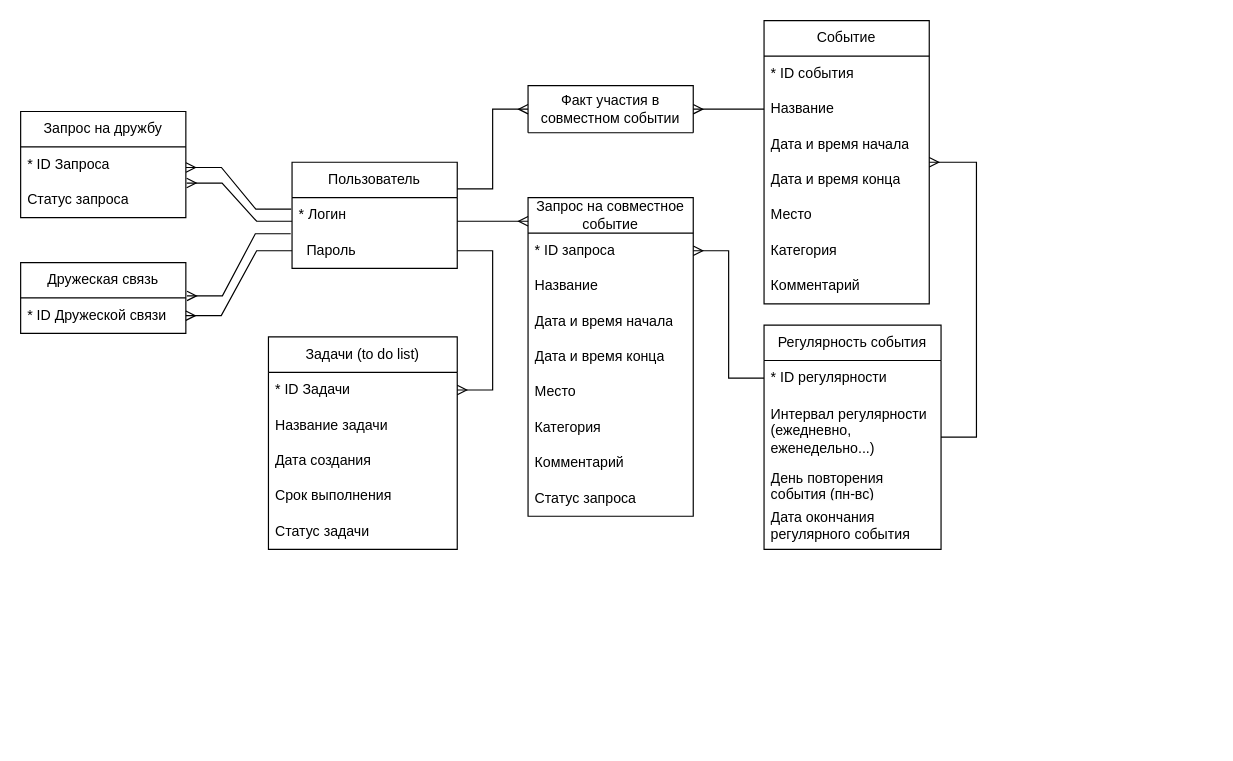
This is doc/erd.drawio from MariaChernokoz/timetable-course-project, a draw.io file, before an edit. Source tidied: cells renumbered, new cells numbered last; positions are measured from the earlier drawing's top-left corner, leaving out a move shared by most shapes. Both pictures are drawn from the tidied source at 118%, with x=0, y=0 at pixel (20, 20).
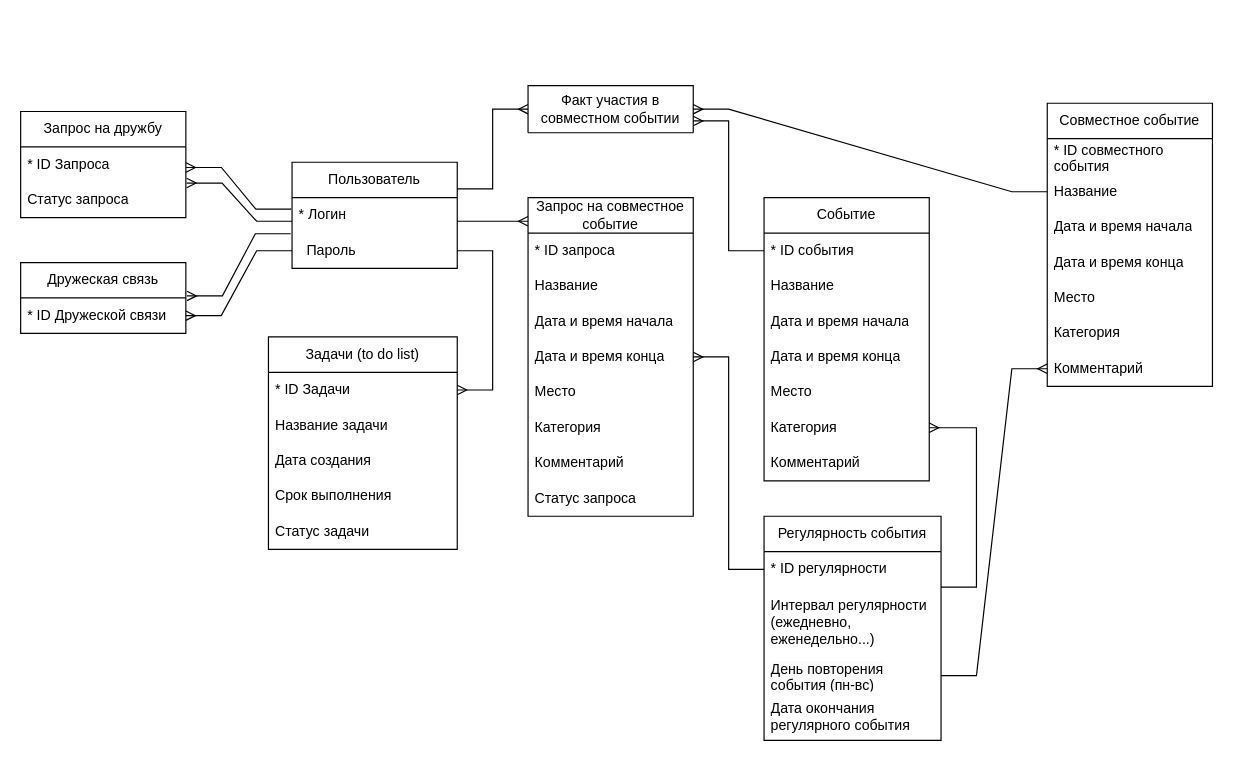
Above is the later version.

The change refers to these unchanged cells:
```xml
<mxCell id="14" value="Комментарий" style="text;strokeColor=none;fillColor=none;align=left;verticalAlign=middle;spacingLeft=4;spacingRight=4;overflow=hidden;points=[[0,0.5],[1,0.5]];portConstraint=eastwest;whiteSpace=wrap;html=1;" parent="7" vertex="1">
  <mxGeometry y="210" width="140" height="30" as="geometry" />
</mxCell>
<mxCell id="19" value="* ID запроса" style="text;strokeColor=none;fillColor=none;align=left;verticalAlign=middle;spacingLeft=4;spacingRight=4;overflow=hidden;points=[[0,0.5],[1,0.5]];portConstraint=eastwest;whiteSpace=wrap;html=1;" parent="18" vertex="1">
  <mxGeometry y="30" width="140" height="30" as="geometry" />
</mxCell>
<mxCell id="22" value="Дата и время конца" style="text;strokeColor=none;fillColor=none;align=left;verticalAlign=middle;spacingLeft=4;spacingRight=4;overflow=hidden;points=[[0,0.5],[1,0.5]];portConstraint=eastwest;whiteSpace=wrap;html=1;" parent="18" vertex="1">
  <mxGeometry y="120" width="140" height="30" as="geometry" />
</mxCell>
<mxCell id="28" value="* ID регулярности" style="text;strokeColor=none;fillColor=none;align=left;verticalAlign=middle;spacingLeft=4;spacingRight=4;overflow=hidden;points=[[0,0.5],[1,0.5]];portConstraint=eastwest;whiteSpace=wrap;html=1;" parent="27" vertex="1">
  <mxGeometry y="30" width="150" height="30" as="geometry" />
</mxCell>
<mxCell id="30" value="&lt;span style=&quot;color: rgb(0, 0, 0); font-family: Helvetica; font-size: 12px; font-style: normal; font-variant-ligatures: normal; font-variant-caps: normal; font-weight: 400; letter-spacing: normal; orphans: 2; text-align: center; text-indent: 0px; text-transform: none; widows: 2; word-spacing: 0px; -webkit-text-stroke-width: 0px; white-space: normal; background-color: rgb(251, 251, 251); text-decoration-thickness: initial; text-decoration-style: initial; text-decoration-color: initial; display: inline !important; float: none;&quot;&gt;День повторения события (пн-вс)&lt;/span&gt;" style="text;strokeColor=none;fillColor=none;align=left;verticalAlign=middle;spacingLeft=4;spacingRight=4;overflow=hidden;points=[[0,0.5],[1,0.5]];portConstraint=eastwest;whiteSpace=wrap;html=1;" parent="27" vertex="1">
  <mxGeometry y="120" width="150" height="30" as="geometry" />
</mxCell>
<mxCell id="42" value="Факт участия в совместном событии" style="swimlane;fontStyle=0;horizontal=1;startSize=40;whiteSpace=wrap;html=1;" parent="1" vertex="1">
  <mxGeometry x="430" y="55" width="140" height="40" as="geometry" />
</mxCell>
```

Change to the diagram source:
```diff
@@
-    <mxCell id="7" value="Событие" style="swimlane;fontStyle=0;horizontal=1;startSize=30;whiteSpace=wrap;html=1;" parent="1" vertex="1">
-      <mxGeometry x="630" width="140" height="240" as="geometry" />
+    <mxCell id="7" value="Совместное событие" style="swimlane;fontStyle=0;horizontal=1;startSize=30;whiteSpace=wrap;html=1;" parent="1" vertex="1">
+      <mxGeometry x="870" y="70" width="140" height="240" as="geometry" />
     </mxCell>
-    <mxCell id="8" value="* ID события" style="text;strokeColor=none;fillColor=none;align=left;verticalAlign=middle;spacingLeft=4;spacingRight=4;overflow=hidden;whiteSpace=wrap;html=1;" parent="7" vertex="1">
+    <mxCell id="8" value="* ID совместного события" style="text;strokeColor=none;fillColor=none;align=left;verticalAlign=middle;spacingLeft=4;spacingRight=4;overflow=hidden;whiteSpace=wrap;html=1;" parent="7" vertex="1">
       <mxGeometry y="30" width="140" height="30" as="geometry" />
     </mxCell>
@@
     <mxCell id="27" value="Регулярность события" style="swimlane;fontStyle=0;horizontal=1;startSize=30;whiteSpace=wrap;html=1;" parent="1" vertex="1">
-      <mxGeometry x="630" y="258" width="150" height="190" as="geometry" />
+      <mxGeometry x="630" y="420" width="150" height="190" as="geometry" />
     </mxCell>
@@
+    <mxCell id="49" style="edgeStyle=entityRelationEdgeStyle;fontSize=12;html=1;endArrow=ERmany;rounded=0;exitX=1;exitY=0.5;exitDx=0;exitDy=0;entryX=1;entryY=0.5;entryDx=0;entryDy=0;" parent="27" edge="1" target="56">
+      <mxGeometry relative="1" as="geometry">
+        <mxPoint x="150" y="60" as="sourcePoint" />
+        <Array as="points">
+          <mxPoint x="170" y="95" />
+          <mxPoint x="260" y="6.1" />
+          <mxPoint x="160" y="35" />
+          <mxPoint x="160" y="-70" />
+        </Array>
+      </mxGeometry>
+    </mxCell>
@@
-    <mxCell id="33" style="edgeStyle=entityRelationEdgeStyle;fontSize=12;html=1;endArrow=ERmany;rounded=0;" parent="1" edge="1" source="27" target="7">
-      <mxGeometry relative="1" as="geometry" />
+    <mxCell id="33" style="edgeStyle=entityRelationEdgeStyle;fontSize=12;html=1;endArrow=ERmany;rounded=0;entryX=0;entryY=0.5;entryDx=0;entryDy=0;exitX=1;exitY=0.5;exitDx=0;exitDy=0;" parent="1" edge="1" source="30" target="14">
+      <mxGeometry relative="1" as="geometry">
+        <Array as="points">
+          <mxPoint x="800" y="560" />
+          <mxPoint x="840" y="410" />
+          <mxPoint x="870" y="520" />
+        </Array>
+      </mxGeometry>
     </mxCell>
-    <mxCell id="34" style="edgeStyle=entityRelationEdgeStyle;fontSize=12;html=1;endArrow=ERmany;rounded=0;entryX=1;entryY=0.5;entryDx=0;entryDy=0;exitX=0;exitY=0.5;exitDx=0;exitDy=0;" parent="1" edge="1" source="28" target="19">
+    <mxCell id="34" style="edgeStyle=entityRelationEdgeStyle;fontSize=12;html=1;endArrow=ERmany;rounded=0;entryX=1;entryY=0.5;entryDx=0;entryDy=0;exitX=0;exitY=0.5;exitDx=0;exitDy=0;" parent="1" edge="1" source="28" target="22">
       <mxGeometry relative="1" as="geometry">
         <Array as="points">
           <mxPoint x="400" y="430" />
           <mxPoint x="390" y="420" />
           <mxPoint x="400" y="425" />
           <mxPoint x="390" y="440" />
           <mxPoint x="460" y="230" />
           <mxPoint x="460" y="230" />
         </Array>
       </mxGeometry>
     </mxCell>
@@
+    <mxCell id="50" value="Событие" style="swimlane;fontStyle=0;horizontal=1;startSize=30;whiteSpace=wrap;html=1;" parent="1" vertex="1">
+      <mxGeometry x="630" y="150" width="140" height="240" as="geometry" />
+    </mxCell>
+    <mxCell id="51" value="* ID события" style="text;strokeColor=none;fillColor=none;align=left;verticalAlign=middle;spacingLeft=4;spacingRight=4;overflow=hidden;points=[[0,0.5],[1,0.5]];portConstraint=eastwest;whiteSpace=wrap;html=1;" parent="50" vertex="1">
+      <mxGeometry y="30" width="140" height="30" as="geometry" />
+    </mxCell>
+    <mxCell id="52" value="Название" style="text;strokeColor=none;fillColor=none;align=left;verticalAlign=middle;spacingLeft=4;spacingRight=4;overflow=hidden;whiteSpace=wrap;html=1;" parent="50" vertex="1">
+      <mxGeometry y="60" width="140" height="30" as="geometry" />
+    </mxCell>
+    <mxCell id="53" value="&lt;div&gt;&lt;span style=&quot;background-color: initial;&quot;&gt;Дата и время начала&lt;/span&gt;&lt;br&gt;&lt;/div&gt;" style="text;strokeColor=none;fillColor=none;align=left;verticalAlign=middle;spacingLeft=4;spacingRight=4;overflow=hidden;whiteSpace=wrap;html=1;" parent="50" vertex="1">
+      <mxGeometry y="90" width="140" height="30" as="geometry" />
+    </mxCell>
+    <mxCell id="54" value="Дата и время конца" style="text;strokeColor=none;fillColor=none;align=left;verticalAlign=middle;spacingLeft=4;spacingRight=4;overflow=hidden;whiteSpace=wrap;html=1;" parent="50" vertex="1">
+      <mxGeometry y="120" width="140" height="30" as="geometry" />
+    </mxCell>
+    <mxCell id="55" value="Место" style="text;strokeColor=none;fillColor=none;align=left;verticalAlign=middle;spacingLeft=4;spacingRight=4;overflow=hidden;whiteSpace=wrap;html=1;" parent="50" vertex="1">
+      <mxGeometry y="150" width="140" height="30" as="geometry" />
+    </mxCell>
+    <mxCell id="56" value="Категория" style="text;strokeColor=none;fillColor=none;align=left;verticalAlign=middle;spacingLeft=4;spacingRight=4;overflow=hidden;points=[[0,0.5],[1,0.5]];portConstraint=eastwest;whiteSpace=wrap;html=1;" parent="50" vertex="1">
+      <mxGeometry y="180" width="140" height="30" as="geometry" />
+    </mxCell>
+    <mxCell id="57" value="Комментарий" style="text;strokeColor=none;fillColor=none;align=left;verticalAlign=middle;spacingLeft=4;spacingRight=4;overflow=hidden;whiteSpace=wrap;html=1;" parent="50" vertex="1">
+      <mxGeometry y="210" width="140" height="30" as="geometry" />
+    </mxCell>
+    <mxCell id="58" style="edgeStyle=entityRelationEdgeStyle;fontSize=12;html=1;endArrow=ERmany;rounded=0;entryX=1;entryY=0.75;entryDx=0;entryDy=0;exitX=0;exitY=0.5;exitDx=0;exitDy=0;" parent="1" edge="1" source="51" target="42">
+      <mxGeometry relative="1" as="geometry">
+        <Array as="points">
+          <mxPoint x="400" y="175" />
+          <mxPoint x="400" y="175" />
+        </Array>
+      </mxGeometry>
+    </mxCell>
```
